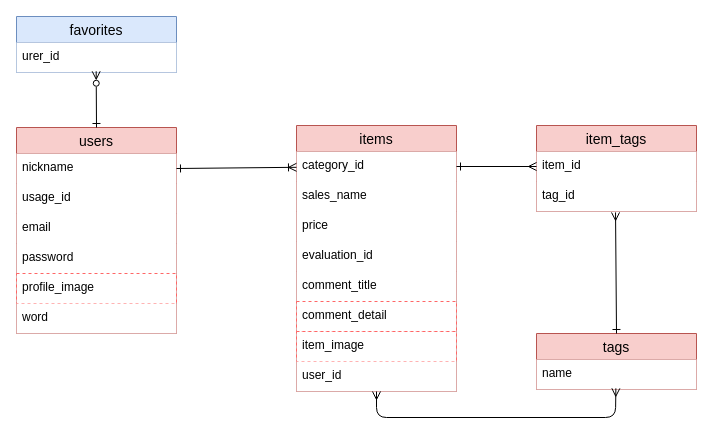
Earlier version of the draw.io diagram ER.dio (Muck023/fitskin). Source tidied: cells renumbered, new cells numbered last; positions are measured from the earlier drawing's top-left corner, leaving out a move shared by most shapes. Both pictures are drawn from the tidied source at 100%, with x=0, y=0 at pixel (16, 16).
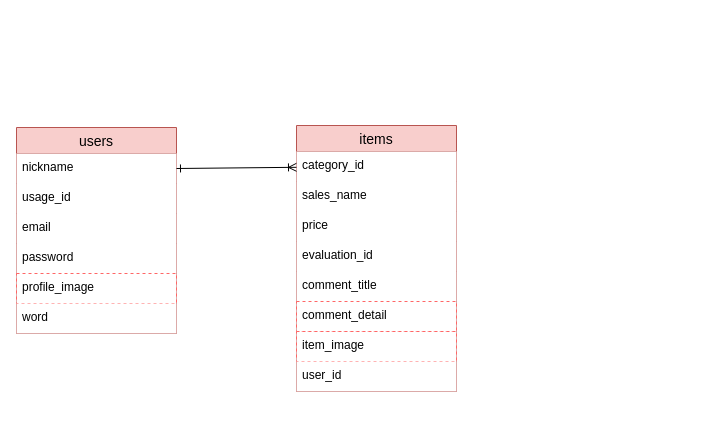
After the change.

The change refers to these unchanged cells:
```xml
<mxCell id="3" value="category_id" style="text;strokeColor=none;fillColor=default;spacingLeft=4;spacingRight=4;overflow=hidden;points=[[0,0.5],[1,0.5]];portConstraint=eastwest;fontSize=12;labelBackgroundColor=none;" parent="2" vertex="1">
  <mxGeometry y="26" width="160" height="30" as="geometry" />
</mxCell>
<mxCell id="10" value="user_id" style="text;strokeColor=none;fillColor=default;spacingLeft=4;spacingRight=4;overflow=hidden;points=[[0,0.5],[1,0.5]];portConstraint=eastwest;fontSize=12;labelBackgroundColor=none;dashed=1;" parent="2" vertex="1">
  <mxGeometry y="236" width="160" height="30" as="geometry" />
</mxCell>
<mxCell id="11" value="users" style="swimlane;fontStyle=0;horizontal=1;startSize=26;align=center;fontSize=14;labelBackgroundColor=none;fillColor=#f8cecc;strokeColor=#b85450;" parent="1" vertex="1">
  <mxGeometry y="111" width="160" height="206" as="geometry" />
</mxCell>
```

What changed in the source:
```diff
@@
-    <mxCell id="18" value="favorites" style="swimlane;fontStyle=0;horizontal=1;startSize=26;align=center;fontSize=14;labelBackgroundColor=none;strokeColor=#6c8ebf;strokeWidth=1;fillColor=#dae8fc;" parent="1" vertex="1">
-      <mxGeometry width="160" height="56" as="geometry" />
-    </mxCell>
-    <mxCell id="19" value="urer_id" style="text;spacingLeft=4;spacingRight=4;overflow=hidden;points=[[0,0.5],[1,0.5]];portConstraint=eastwest;fontSize=12;dashed=1;labelBackgroundColor=none;fillColor=default;" parent="18" vertex="1">
-      <mxGeometry y="26" width="160" height="30" as="geometry" />
-    </mxCell>
@@
-    <mxCell id="21" style="edgeStyle=none;html=1;startArrow=ERone;startFill=0;endArrow=ERzeroToMany;endFill=0;exitX=0.5;exitY=0;exitDx=0;exitDy=0;entryX=0.498;entryY=0.959;entryDx=0;entryDy=0;entryPerimeter=0;" parent="1" edge="1" source="11" target="19">
-      <mxGeometry relative="1" as="geometry" />
-    </mxCell>
-    <mxCell id="22" value="item_tags" style="swimlane;fontStyle=0;horizontal=1;startSize=26;align=center;fontSize=14;labelBackgroundColor=none;fillColor=#f8cecc;strokeColor=#b85450;" parent="1" vertex="1">
-      <mxGeometry x="520" y="109" width="160" height="86" as="geometry" />
-    </mxCell>
-    <mxCell id="23" value="item_id" style="text;strokeColor=none;fillColor=default;spacingLeft=4;spacingRight=4;overflow=hidden;points=[[0,0.5],[1,0.5]];portConstraint=eastwest;fontSize=12;" parent="22" vertex="1">
-      <mxGeometry y="26" width="160" height="30" as="geometry" />
-    </mxCell>
-    <mxCell id="24" value="tag_id" style="text;strokeColor=none;fillColor=default;spacingLeft=4;spacingRight=4;overflow=hidden;points=[[0,0.5],[1,0.5]];portConstraint=eastwest;fontSize=12;" parent="22" vertex="1">
-      <mxGeometry y="56" width="160" height="30" as="geometry" />
-    </mxCell>
-    <mxCell id="25" value="tags" style="swimlane;fontStyle=0;horizontal=1;startSize=26;align=center;fontSize=14;labelBackgroundColor=none;fillColor=#f8cecc;strokeColor=#b85450;" parent="1" vertex="1">
-      <mxGeometry x="520" y="317" width="160" height="56" as="geometry" />
-    </mxCell>
-    <mxCell id="26" value="name" style="text;strokeColor=none;fillColor=default;spacingLeft=4;spacingRight=4;overflow=hidden;points=[[0,0.5],[1,0.5]];portConstraint=eastwest;fontSize=12;" parent="25" vertex="1">
-      <mxGeometry y="26" width="160" height="30" as="geometry" />
-    </mxCell>
-    <mxCell id="27" style="edgeStyle=none;html=1;startArrow=ERone;startFill=0;endArrow=ERmany;endFill=0;entryX=0;entryY=0.5;entryDx=0;entryDy=0;exitX=1;exitY=0.5;exitDx=0;exitDy=0;" parent="1" edge="1" source="3" target="23">
-      <mxGeometry relative="1" as="geometry" />
-    </mxCell>
-    <mxCell id="28" style="edgeStyle=none;html=1;startArrow=ERone;startFill=0;endArrow=ERmany;endFill=0;entryX=0.494;entryY=1.031;entryDx=0;entryDy=0;entryPerimeter=0;exitX=0.5;exitY=0;exitDx=0;exitDy=0;" parent="1" edge="1" source="25" target="24">
-      <mxGeometry relative="1" as="geometry" />
-    </mxCell>
-    <mxCell id="29" style="edgeStyle=none;html=1;exitX=0.496;exitY=0.961;exitDx=0;exitDy=0;startArrow=ERmany;startFill=0;endArrow=ERmany;endFill=0;exitPerimeter=0;" parent="1" edge="1" source="26" target="10">
-      <mxGeometry relative="1" as="geometry">
-        <Array as="points">
-          <mxPoint x="599" y="401" />
-          <mxPoint x="360" y="401" />
-        </Array>
-      </mxGeometry>
-    </mxCell>
```
